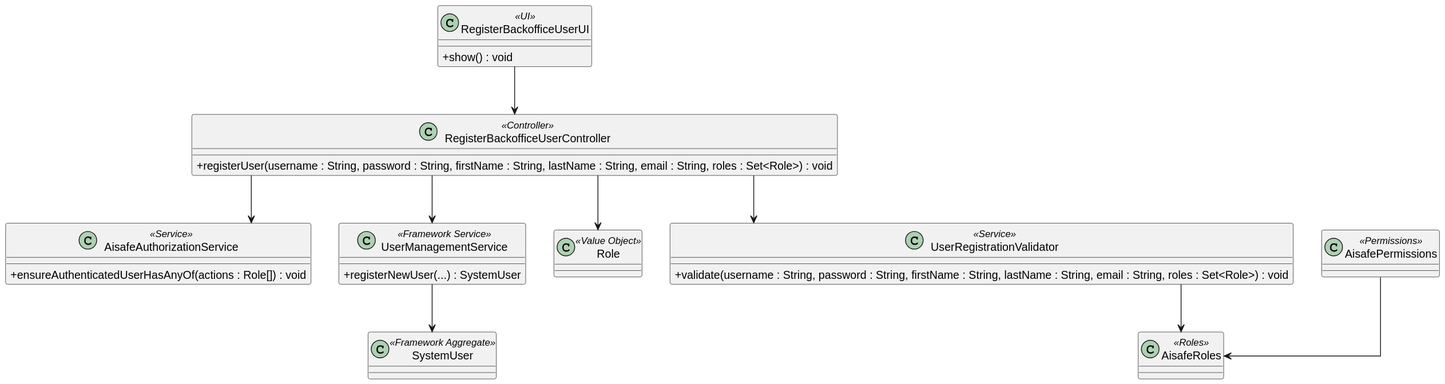
GustavoFerreira24/flight-management-platform keeps this PlantUML diagram as docs/us_30/class-diagram-30.svg. Above is the earlier version.
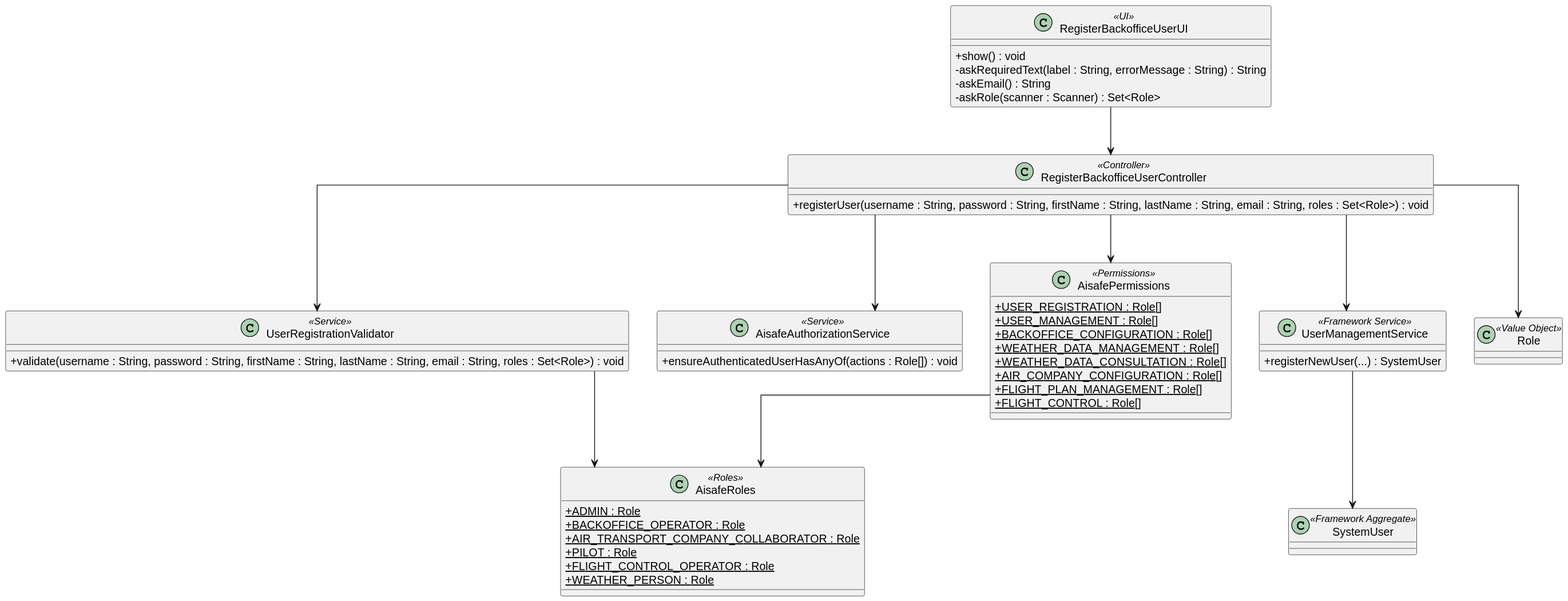
After the change.

What changed in the source:
```diff
@@ -4,6 +4,9 @@
 
 class RegisterBackofficeUserUI <<UI>> {
     + show() : void
+    - askRequiredText(label : String, errorMessage : String) : String
+    - askEmail() : String
+    - askRole(scanner : Scanner) : Set<Role>
 }
 
 class RegisterBackofficeUserController <<Controller>> {
@@ -18,11 +21,31 @@
     + ensureAuthenticatedUserHasAnyOf(actions : Role[]) : void
 }
 
-class AisafeRoles <<Roles>>
-class AisafePermissions <<Permissions>>
+class AisafeRoles <<Roles>> {
+    + {static} ADMIN : Role
+    + {static} BACKOFFICE_OPERATOR : Role
+    + {static} AIR_TRANSPORT_COMPANY_COLLABORATOR : Role
+    + {static} PILOT : Role
+    + {static} FLIGHT_CONTROL_OPERATOR : Role
+    + {static} WEATHER_PERSON : Role
+}
+
+
+class AisafePermissions <<Permissions>> {
+    + {static} USER_REGISTRATION : Role[]
+    + {static} USER_MANAGEMENT : Role[]
+    + {static} BACKOFFICE_CONFIGURATION : Role[]
+    + {static} WEATHER_DATA_MANAGEMENT : Role[]
+    + {static} WEATHER_DATA_CONSULTATION : Role[]
+    + {static} AIR_COMPANY_CONFIGURATION : Role[]
+    + {static} FLIGHT_PLAN_MANAGEMENT : Role[]
+    + {static} FLIGHT_CONTROL : Role[]
+}
+
 class UserManagementService <<Framework Service>> {
     + registerNewUser(...) : SystemUser
 }
+
 class SystemUser <<Framework Aggregate>>
 class Role <<Value Object>>
 
@@ -30,6 +53,7 @@
 RegisterBackofficeUserController --> AisafeAuthorizationService
 RegisterBackofficeUserController --> UserRegistrationValidator
 RegisterBackofficeUserController --> UserManagementService
+RegisterBackofficeUserController --> AisafePermissions
 RegisterBackofficeUserController --> Role
 UserRegistrationValidator --> AisafeRoles
 AisafePermissions --> AisafeRoles
```
